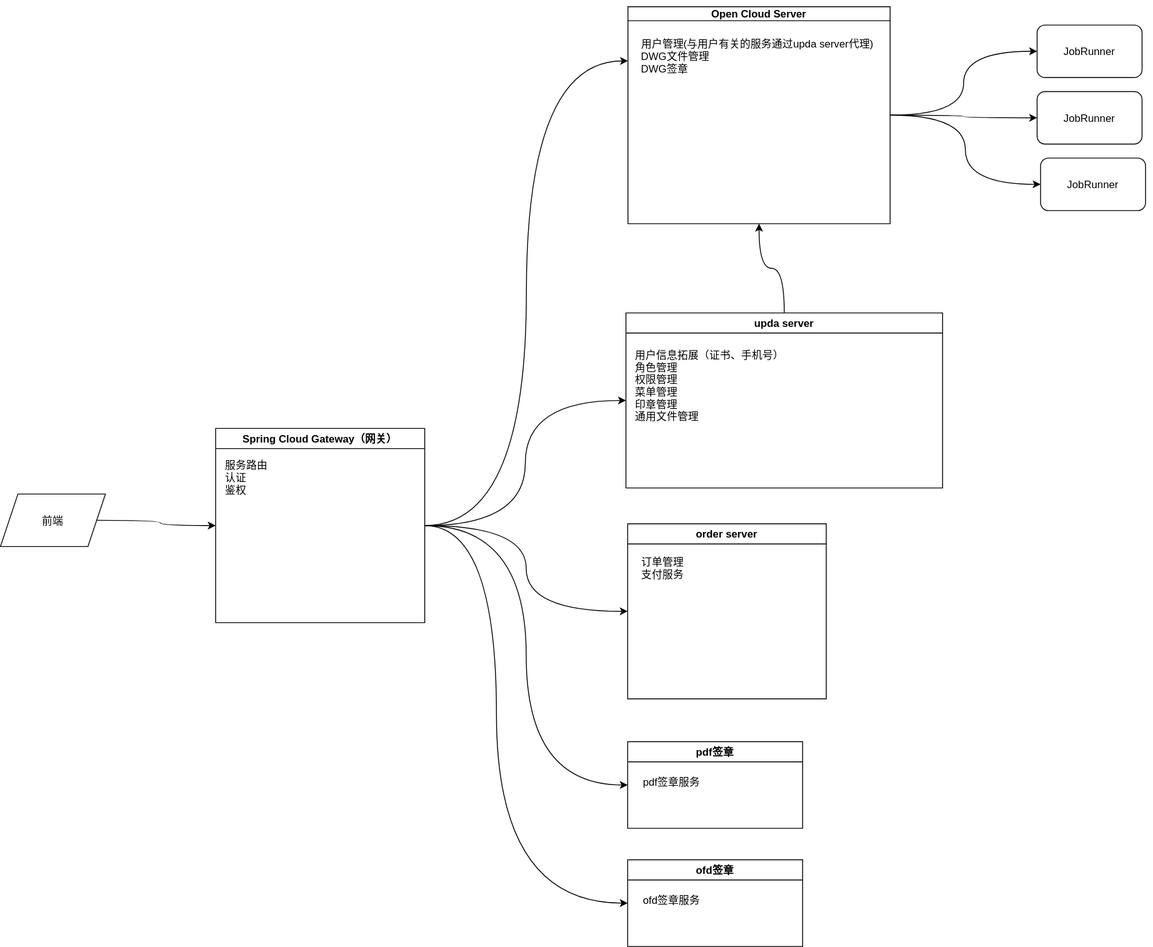
Earlier version of the draw.io export upda/OpenCloud架构图.svg (luguosong/images). Source tidied: cells renumbered, new cells last; positions are measured from the earlier drawing's top-left corner, leaving out a move shared by most shapes.
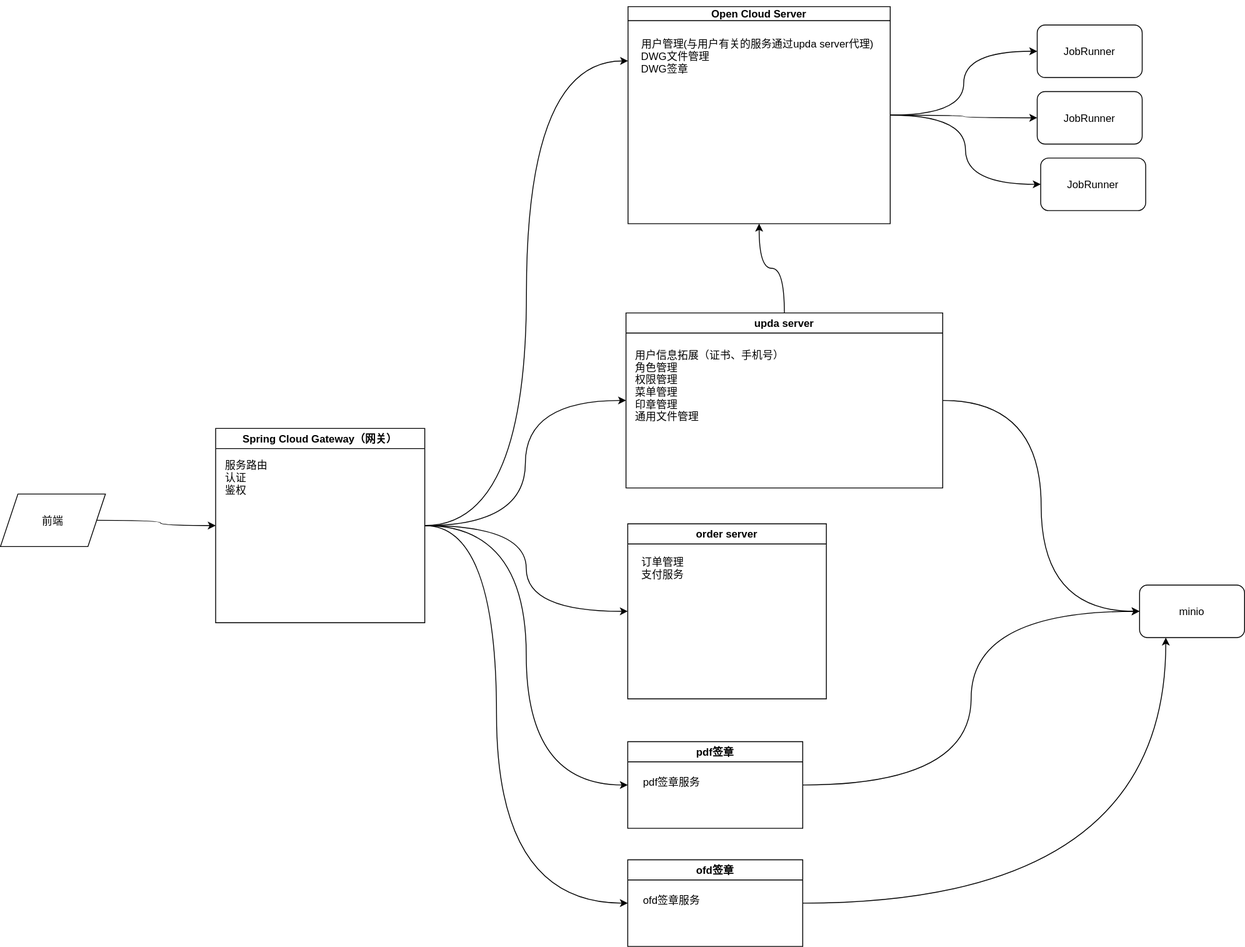
Above is the later version.

Commit message:
更新OpenCloud架构图.svg

Change to the diagram source:
```diff
@@ -46,6 +46,9 @@
     <mxCell id="14" style="edgeStyle=orthogonalEdgeStyle;curved=1;rounded=0;jettySize=auto;exitX=0.5;exitY=0;exitDx=0;exitDy=0;entryX=0.5;entryY=1;entryDx=0;entryDy=0;" parent="1" edge="1" source="15" target="12">
       <mxGeometry relative="1" as="geometry" />
     </mxCell>
+    <mxCell id="29" style="edgeStyle=orthogonalEdgeStyle;curved=1;rounded=0;jettySize=auto;exitX=1;exitY=0.5;exitDx=0;exitDy=0;entryX=0;entryY=0.5;entryDx=0;entryDy=0;" parent="1" edge="1" source="15" target="32">
+      <mxGeometry relative="1" as="geometry" />
+    </mxCell>
     <mxCell id="15" value="upda server" style="swimlane;startSize=23;" parent="1" vertex="1">
       <mxGeometry x="715" y="357" width="362" height="200" as="geometry" />
     </mxCell>
@@ -58,12 +61,18 @@
     <mxCell id="18" value="订单管理&#10;支付服务" style="text;align=center;verticalAlign=middle;strokeColor=none;fillColor=none;" parent="17" vertex="1">
       <mxGeometry x="7" y="30" width="66" height="41" as="geometry" />
     </mxCell>
+    <mxCell id="30" style="edgeStyle=orthogonalEdgeStyle;curved=1;rounded=0;jettySize=auto;exitX=1;exitY=0.5;exitDx=0;exitDy=0;entryX=0;entryY=0.5;entryDx=0;entryDy=0;" parent="1" edge="1" source="19" target="32">
+      <mxGeometry relative="1" as="geometry" />
+    </mxCell>
     <mxCell id="19" value="pdf签章" style="swimlane;" parent="1" vertex="1">
       <mxGeometry x="717" y="847" width="200" height="99" as="geometry" />
     </mxCell>
     <mxCell id="20" value="pdf签章服务" style="text;align=center;verticalAlign=middle;strokeColor=none;fillColor=none;" parent="19" vertex="1">
       <mxGeometry x="9" y="33" width="83" height="26" as="geometry" />
     </mxCell>
+    <mxCell id="31" style="edgeStyle=orthogonalEdgeStyle;curved=1;rounded=0;jettySize=auto;exitX=1;exitY=0.5;exitDx=0;exitDy=0;entryX=0.25;entryY=1;entryDx=0;entryDy=0;" parent="1" edge="1" source="21" target="32">
+      <mxGeometry relative="1" as="geometry" />
+    </mxCell>
     <mxCell id="21" value="ofd签章" style="swimlane;" parent="1" vertex="1">
       <mxGeometry x="717" y="982" width="200" height="99" as="geometry" />
     </mxCell>
@@ -88,5 +97,8 @@
     <mxCell id="28" style="edgeStyle=orthogonalEdgeStyle;curved=1;rounded=0;jettySize=auto;exitX=1;exitY=0.5;exitDx=0;exitDy=0;entryX=0;entryY=0.5;entryDx=0;entryDy=0;" parent="1" edge="1" source="12" target="25">
       <mxGeometry relative="1" as="geometry" />
     </mxCell>
+    <mxCell id="32" value="minio" style="rounded=1;" parent="1" vertex="1">
+      <mxGeometry x="1302" y="668" width="120" height="60" as="geometry" />
+    </mxCell>
   </root>
 </mxGraphModel>
```
